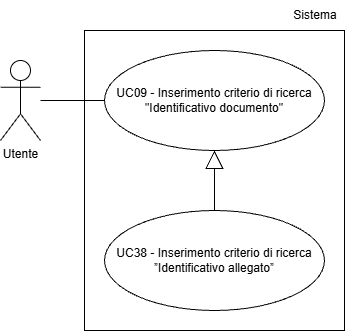
Earlier version of the draw.io export assets/Use_Case_Diagrams/UC09.png (Team-Three-Technologies/Documenti). Source tidied: cells renumbered, new cells last; positions are measured from the earlier drawing's top-left corner, leaving out a move shared by most shapes. Source of this version:
```xml
<mxGraphModel>
  <root>
    <mxCell id="0" />
    <mxCell id="1" parent="0" />
    <mxCell id="2" value="Utente" style="shape=umlActor;verticalLabelPosition=bottom;verticalAlign=top;html=1;" parent="1" vertex="1">
      <mxGeometry y="60" width="40" height="80" as="geometry" />
    </mxCell>
    <mxCell id="3" value="UC09 - Inserimento criterio di ricerca &quot;Identificativo documento&quot;" style="ellipse;whiteSpace=wrap;html=1;align=center;" parent="1" vertex="1">
      <mxGeometry x="104" y="50" width="220" height="100" as="geometry" />
    </mxCell>
    <mxCell id="4" style="endArrow=none;html=1;rounded=0;entryX=0;entryY=0.5;entryDx=0;entryDy=0;" parent="1" edge="1" target="3">
      <mxGeometry relative="1" as="geometry">
        <mxPoint x="40" y="100" as="sourcePoint" />
      </mxGeometry>
    </mxCell>
    <mxCell id="5" value="UC38 - Inserimento criterio di ricerca ”Identificativo allegato”" style="ellipse;whiteSpace=wrap;html=1;align=center;" parent="1" vertex="1">
      <mxGeometry x="104" y="210" width="220" height="100" as="geometry" />
    </mxCell>
    <mxCell id="6" style="endArrow=block;endSize=16;endFill=0;html=1;rounded=0;entryX=0.5;entryY=1;entryDx=0;entryDy=0;exitX=0.5;exitY=0;exitDx=0;exitDy=0;" parent="1" edge="1" source="5" target="3">
      <mxGeometry relative="1" as="geometry" />
    </mxCell>
    <mxCell id="7" style="rounded=0;whiteSpace=wrap;html=1;fillColor=none;" parent="1" vertex="1">
      <mxGeometry x="84" y="30" width="260" height="300" as="geometry" />
    </mxCell>
    <mxCell id="8" value="Sistema" style="text;html=1;whiteSpace=wrap;strokeColor=none;fillColor=none;align=center;verticalAlign=middle;rounded=0;" parent="1" vertex="1">
      <mxGeometry x="290" width="50" height="30" as="geometry" />
    </mxCell>
  </root>
</mxGraphModel>
```
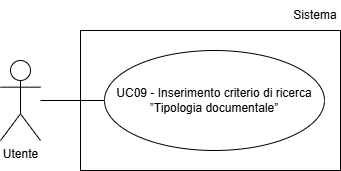
After the change.

Diff of the diagram source:
```diff
@@ -5,23 +5,17 @@
     <mxCell id="2" value="Utente" style="shape=umlActor;verticalLabelPosition=bottom;verticalAlign=top;html=1;" parent="1" vertex="1">
       <mxGeometry y="60" width="40" height="80" as="geometry" />
     </mxCell>
-    <mxCell id="3" value="UC09 - Inserimento criterio di ricerca &quot;Identificativo documento&quot;" style="ellipse;whiteSpace=wrap;html=1;align=center;" parent="1" vertex="1">
-      <mxGeometry x="104" y="50" width="220" height="100" as="geometry" />
-    </mxCell>
-    <mxCell id="4" style="endArrow=none;html=1;rounded=0;entryX=0;entryY=0.5;entryDx=0;entryDy=0;" parent="1" edge="1" target="3">
-      <mxGeometry relative="1" as="geometry">
-        <mxPoint x="40" y="100" as="sourcePoint" />
-      </mxGeometry>
-    </mxCell>
-    <mxCell id="5" value="UC38 - Inserimento criterio di ricerca ”Identificativo allegato”" style="ellipse;whiteSpace=wrap;html=1;align=center;" parent="1" vertex="1">
-      <mxGeometry x="104" y="210" width="220" height="100" as="geometry" />
-    </mxCell>
-    <mxCell id="6" style="endArrow=block;endSize=16;endFill=0;html=1;rounded=0;entryX=0.5;entryY=1;entryDx=0;entryDy=0;exitX=0.5;exitY=0;exitDx=0;exitDy=0;" parent="1" edge="1" source="5" target="3">
-      <mxGeometry relative="1" as="geometry" />
-    </mxCell>
-    <mxCell id="7" style="rounded=0;whiteSpace=wrap;html=1;fillColor=none;" parent="1" vertex="1">
-      <mxGeometry x="84" y="30" width="260" height="300" as="geometry" />
-    </mxCell>
+    <mxCell id="9" value="UC09 - Inserimento criterio di ricerca ”Tipologia documentale”" style="ellipse;whiteSpace=wrap;html=1;align=center;" parent="1" vertex="1">
+      <mxGeometry x="104" y="50" width="220" height="100" as="geometry" />
+    </mxCell>
+    <mxCell id="10" style="endArrow=none;html=1;rounded=0;entryX=0;entryY=0.5;entryDx=0;entryDy=0;" parent="1" edge="1" target="9">
+      <mxGeometry relative="1" as="geometry">
+        <mxPoint x="40" y="100" as="sourcePoint" />
+      </mxGeometry>
+    </mxCell>
+    <mxCell id="11" style="rounded=0;whiteSpace=wrap;html=1;fillColor=none;" parent="1" vertex="1">
+      <mxGeometry x="80" y="30" width="260" height="140" as="geometry" />
+    </mxCell>
     <mxCell id="8" value="Sistema" style="text;html=1;whiteSpace=wrap;strokeColor=none;fillColor=none;align=center;verticalAlign=middle;rounded=0;" parent="1" vertex="1">
       <mxGeometry x="290" width="50" height="30" as="geometry" />
     </mxCell>
```
